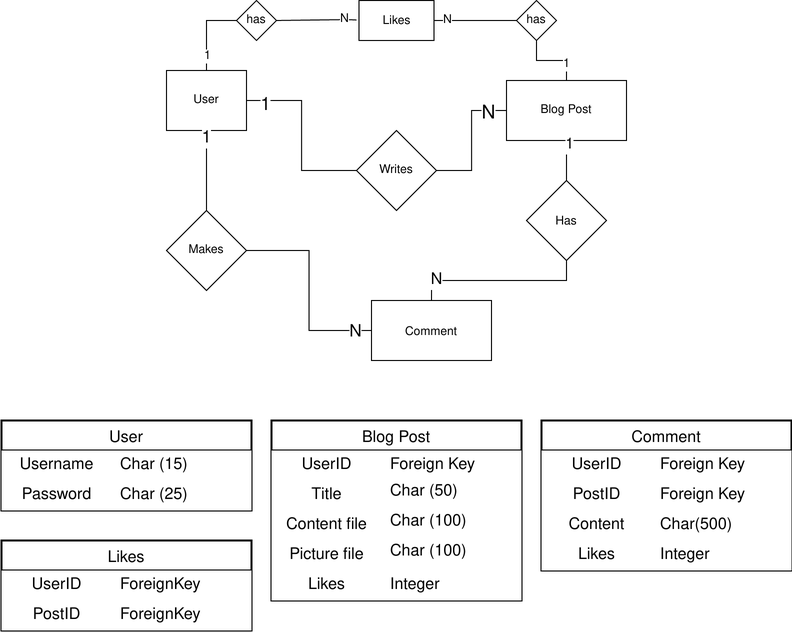
The draw.io diagram wad-group-erd-photo.png in NoamZeise/WAD-Group, before a commit. Source tidied: cells renumbered, new cells last; positions are measured from the earlier drawing's top-left corner, leaving out a move shared by most shapes.
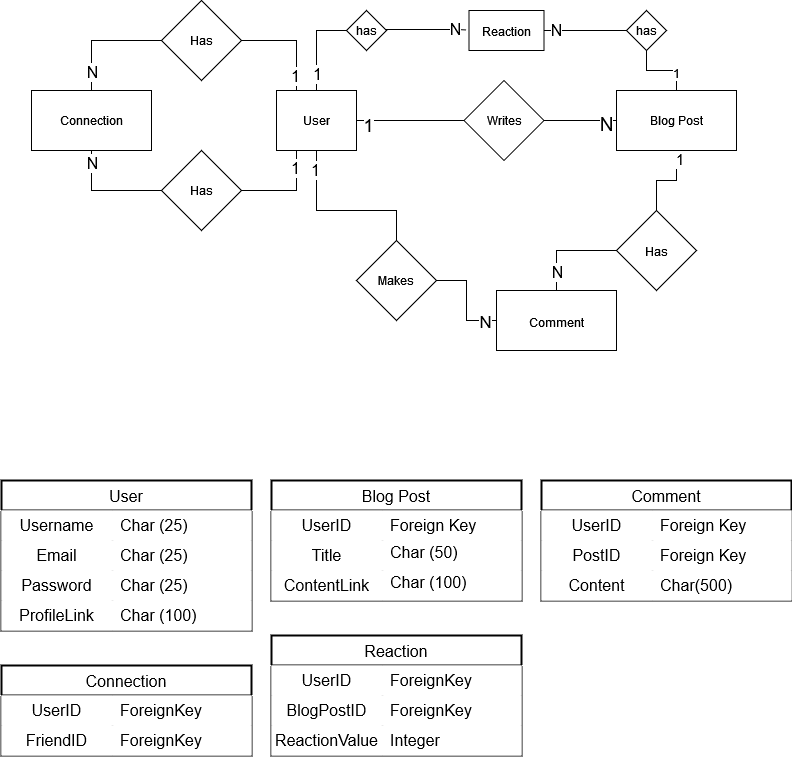
The same diagram one commit later.

What changed in the source:
```diff
@@ -5,3 +5,3 @@
     <mxCell id="2" value="Blog Post" style="rounded=0;whiteSpace=wrap;html=1;" parent="1" vertex="1">
-      <mxGeometry x="505" y="80" width="120" height="60" as="geometry" />
+      <mxGeometry x="1035" y="140" width="120" height="60" as="geometry" />
     </mxCell>
@@ -14,3 +14,3 @@
     <mxCell id="5" value="User" style="rounded=0;whiteSpace=wrap;html=1;" parent="1" vertex="1">
-      <mxGeometry x="165" y="70" width="80" height="60" as="geometry" />
+      <mxGeometry x="695" y="140" width="80" height="60" as="geometry" />
     </mxCell>
@@ -23,6 +23,6 @@
     <mxCell id="8" value="&lt;div&gt;Writes&lt;/div&gt;" style="rhombus;whiteSpace=wrap;html=1;" parent="1" vertex="1">
-      <mxGeometry x="355" y="130" width="80" height="80" as="geometry" />
+      <mxGeometry x="882.5" y="130" width="80" height="80" as="geometry" />
     </mxCell>
     <mxCell id="9" value="&lt;font style=&quot;font-size: 12px;&quot;&gt;Comment&lt;/font&gt;" style="rounded=0;whiteSpace=wrap;html=1;fontSize=18;" parent="1" vertex="1">
-      <mxGeometry x="370" y="300" width="120" height="60" as="geometry" />
+      <mxGeometry x="915" y="340" width="120" height="60" as="geometry" />
     </mxCell>
@@ -31,3 +31,3 @@
         <Array as="points">
-          <mxPoint x="205" y="200" />
+          <mxPoint x="735" y="260" />
         </Array>
@@ -35,4 +35,6 @@
     </mxCell>
-    <mxCell id="11" value="1" style="edgeLabel;html=1;align=center;verticalAlign=middle;fontSize=17;spacingLeft=-4;" parent="10" vertex="1">
-      <mxGeometry x="0.8" y="-1" relative="1" as="geometry" />
+    <mxCell id="11" value="1" style="edgeLabel;html=1;align=center;verticalAlign=middle;fontSize=16;spacingLeft=-4;" parent="10" vertex="1">
+      <mxGeometry x="0.8" y="-1" relative="1" as="geometry">
+        <mxPoint x="-1" y="2" as="offset" />
+      </mxGeometry>
     </mxCell>
@@ -45,3 +47,3 @@
     <mxCell id="14" value="Makes" style="rhombus;whiteSpace=wrap;html=1;fontSize=12;" parent="1" vertex="1">
-      <mxGeometry x="165" y="210" width="80" height="80" as="geometry" />
+      <mxGeometry x="775" y="290" width="80" height="80" as="geometry" />
     </mxCell>
@@ -53,13 +55,20 @@
     </mxCell>
-    <mxCell id="17" style="edgeStyle=orthogonalEdgeStyle;rounded=0;jettySize=auto;html=1;exitX=0.5;exitY=1;exitDx=0;exitDy=0;entryX=0.5;entryY=0;entryDx=0;entryDy=0;fontSize=12;endArrow=none;endFill=0;" parent="1" edge="1" source="19" target="9">
-      <mxGeometry relative="1" as="geometry" />
+    <mxCell id="17" style="edgeStyle=orthogonalEdgeStyle;rounded=0;jettySize=auto;html=1;entryX=0.5;entryY=0;entryDx=0;entryDy=0;fontSize=12;endArrow=none;endFill=0;exitX=0;exitY=0.5;exitDx=0;exitDy=0;" parent="1" edge="1" source="19" target="9">
+      <mxGeometry relative="1" as="geometry">
+        <Array as="points">
+          <mxPoint x="1055" y="300" />
+          <mxPoint x="1025" y="300" />
+        </Array>
+      </mxGeometry>
     </mxCell>
     <mxCell id="18" value="N" style="edgeLabel;html=1;align=center;verticalAlign=middle;fontSize=16;" parent="17" vertex="1">
-      <mxGeometry x="0.73" y="-1" relative="1" as="geometry" />
+      <mxGeometry x="0.73" y="-1" relative="1" as="geometry">
+        <mxPoint x="1" as="offset" />
+      </mxGeometry>
     </mxCell>
     <mxCell id="19" value="&lt;font style=&quot;font-size: 12px;&quot;&gt;Has&lt;/font&gt;" style="rhombus;whiteSpace=wrap;html=1;fontSize=17;" parent="1" vertex="1">
-      <mxGeometry x="525" y="180" width="80" height="80" as="geometry" />
+      <mxGeometry x="1035" y="260" width="80" height="80" as="geometry" />
     </mxCell>
     <mxCell id="20" value="User" style="shape=table;startSize=30;rowLines=0;fontStyle=0;fontSize=16;strokeColor=#000000;strokeWidth=2;perimeterSpacing=1;" parent="1" vertex="1">
-      <mxGeometry y="420" width="250" height="90" as="geometry" />
+      <mxGeometry x="420" y="530" width="250" height="150" as="geometry" />
     </mxCell>
@@ -71,7 +80,16 @@
     </mxCell>
-    <mxCell id="23" value="Char (15)" style="shape=partialRectangle;html=1;whiteSpace=wrap;top=0;left=0;bottom=0;right=0;align=left;spacingLeft=6;overflow=hidden;fontSize=16;strokeColor=#000000;strokeWidth=2;perimeterSpacing=1;" parent="21" vertex="1">
+    <mxCell id="23" value="Char (25)" style="shape=partialRectangle;html=1;whiteSpace=wrap;top=0;left=0;bottom=0;right=0;align=left;spacingLeft=6;overflow=hidden;fontSize=16;strokeColor=#000000;strokeWidth=2;perimeterSpacing=1;" parent="21" vertex="1">
       <mxGeometry x="111" width="139" height="30" as="geometry" />
     </mxCell>
+    <mxCell id="74" style="shape=tableRow;horizontal=0;startSize=0;swimlaneHead=0;swimlaneBody=0;top=0;left=0;bottom=0;right=0;fontSize=16;strokeColor=#000000;strokeWidth=2;perimeterSpacing=1;" parent="20" vertex="1">
+      <mxGeometry y="60" width="250" height="30" as="geometry" />
+    </mxCell>
+    <mxCell id="75" value="Email" style="shape=partialRectangle;html=1;whiteSpace=wrap;top=0;left=0;bottom=0;right=0;overflow=hidden;fontSize=16;strokeColor=#000000;strokeWidth=2;perimeterSpacing=1;" parent="74" vertex="1">
+      <mxGeometry width="111" height="30" as="geometry" />
+    </mxCell>
+    <mxCell id="76" value="Char (25)" style="shape=partialRectangle;html=1;whiteSpace=wrap;top=0;left=0;bottom=0;right=0;align=left;spacingLeft=6;overflow=hidden;fontSize=16;strokeColor=#000000;strokeWidth=2;perimeterSpacing=1;" parent="74" vertex="1">
+      <mxGeometry x="111" width="139" height="30" as="geometry" />
+    </mxCell>
     <mxCell id="24" style="shape=tableRow;horizontal=0;startSize=0;swimlaneHead=0;swimlaneBody=0;top=0;left=0;bottom=0;right=0;fontSize=16;strokeColor=#000000;strokeWidth=2;perimeterSpacing=1;" parent="20" vertex="1">
-      <mxGeometry y="60" width="250" height="30" as="geometry" />
+      <mxGeometry y="90" width="250" height="30" as="geometry" />
     </mxCell>
@@ -83,4 +101,13 @@
     </mxCell>
+    <mxCell id="77" style="shape=tableRow;horizontal=0;startSize=0;swimlaneHead=0;swimlaneBody=0;top=0;left=0;bottom=0;right=0;fontSize=16;strokeColor=#000000;strokeWidth=2;perimeterSpacing=1;" parent="20" vertex="1">
+      <mxGeometry y="120" width="250" height="30" as="geometry" />
+    </mxCell>
+    <mxCell id="78" value="ProfileLink" style="shape=partialRectangle;html=1;whiteSpace=wrap;top=0;left=0;bottom=0;right=0;overflow=hidden;fontSize=16;strokeColor=#000000;strokeWidth=2;perimeterSpacing=1;" parent="77" vertex="1">
+      <mxGeometry width="111" height="30" as="geometry" />
+    </mxCell>
+    <mxCell id="39" value="Char (100)" style="shape=partialRectangle;html=1;whiteSpace=wrap;top=0;left=0;bottom=0;right=0;align=left;spacingLeft=6;overflow=hidden;fontSize=16;strokeColor=#000000;strokeWidth=2;perimeterSpacing=1;" parent="77" vertex="1">
+      <mxGeometry x="111" width="139" height="30" as="geometry" />
+    </mxCell>
     <mxCell id="27" value="Blog Post" style="shape=table;startSize=30;rowLines=0;fontStyle=0;fontSize=16;strokeColor=#000000;strokeWidth=2;perimeterSpacing=1;" parent="1" vertex="1">
-      <mxGeometry x="270" y="420" width="250" height="180" as="geometry" />
+      <mxGeometry x="690" y="530" width="250" height="120" as="geometry" />
     </mxCell>
@@ -107,3 +134,3 @@
     </mxCell>
-    <mxCell id="35" value="Content file" style="shape=partialRectangle;html=1;whiteSpace=wrap;top=0;left=0;bottom=0;right=0;overflow=hidden;fontSize=16;strokeColor=#000000;strokeWidth=2;perimeterSpacing=1;" parent="34" vertex="1">
+    <mxCell id="35" value="&lt;div&gt;ContentLink&lt;br&gt;&lt;/div&gt;" style="shape=partialRectangle;html=1;whiteSpace=wrap;top=0;left=0;bottom=0;right=0;overflow=hidden;fontSize=16;strokeColor=#000000;strokeWidth=2;perimeterSpacing=1;" parent="34" vertex="1">
       <mxGeometry width="111" height="30" as="geometry" />
@@ -113,22 +140,4 @@
     </mxCell>
-    <mxCell id="37" style="shape=tableRow;horizontal=0;startSize=0;swimlaneHead=0;swimlaneBody=0;top=0;left=0;bottom=0;right=0;fontSize=16;strokeColor=#000000;strokeWidth=2;perimeterSpacing=1;" parent="27" vertex="1">
-      <mxGeometry y="120" width="250" height="30" as="geometry" />
-    </mxCell>
-    <mxCell id="38" value="Picture file" style="shape=partialRectangle;html=1;whiteSpace=wrap;top=0;left=0;bottom=0;right=0;overflow=hidden;fontSize=16;strokeColor=#000000;strokeWidth=2;perimeterSpacing=1;" parent="37" vertex="1">
-      <mxGeometry width="111" height="30" as="geometry" />
-    </mxCell>
-    <mxCell id="39" value="&lt;div&gt;Char (100)&lt;/div&gt;&lt;div&gt;&lt;br&gt;&lt;/div&gt;" style="shape=partialRectangle;html=1;whiteSpace=wrap;top=0;left=0;bottom=0;right=0;align=left;spacingLeft=6;overflow=hidden;fontSize=16;strokeColor=#000000;strokeWidth=2;perimeterSpacing=1;" parent="37" vertex="1">
-      <mxGeometry x="111" width="139" height="30" as="geometry" />
-    </mxCell>
-    <mxCell id="40" style="shape=tableRow;horizontal=0;startSize=0;swimlaneHead=0;swimlaneBody=0;top=0;left=0;bottom=0;right=0;fontSize=16;strokeColor=#000000;strokeWidth=2;perimeterSpacing=1;" parent="27" vertex="1">
-      <mxGeometry y="150" width="250" height="30" as="geometry" />
-    </mxCell>
-    <mxCell id="41" value="Likes" style="shape=partialRectangle;html=1;whiteSpace=wrap;top=0;left=0;bottom=0;right=0;overflow=hidden;fontSize=16;strokeColor=#000000;strokeWidth=2;perimeterSpacing=1;" parent="40" vertex="1">
-      <mxGeometry width="111" height="30" as="geometry" />
-    </mxCell>
-    <mxCell id="42" value="Integer" style="shape=partialRectangle;html=1;whiteSpace=wrap;top=0;left=0;bottom=0;right=0;align=left;spacingLeft=6;overflow=hidden;fontSize=16;strokeColor=#000000;strokeWidth=2;perimeterSpacing=1;" parent="40" vertex="1">
-      <mxGeometry x="111" width="139" height="30" as="geometry" />
-    </mxCell>
     <mxCell id="43" value="Comment" style="shape=table;startSize=30;rowLines=0;fontStyle=0;fontSize=16;strokeColor=#000000;strokeWidth=2;perimeterSpacing=1;" parent="1" vertex="1">
-      <mxGeometry x="540" y="420" width="250" height="150" as="geometry" />
+      <mxGeometry x="960" y="530" width="250" height="120" as="geometry" />
     </mxCell>
@@ -161,11 +170,2 @@
     </mxCell>
-    <mxCell id="53" style="shape=tableRow;horizontal=0;startSize=0;swimlaneHead=0;swimlaneBody=0;top=0;left=0;bottom=0;right=0;fontSize=16;strokeColor=#000000;strokeWidth=2;perimeterSpacing=1;" parent="43" vertex="1">
-      <mxGeometry y="120" width="250" height="30" as="geometry" />
-    </mxCell>
-    <mxCell id="54" value="Likes" style="shape=partialRectangle;html=1;whiteSpace=wrap;top=0;left=0;bottom=0;right=0;overflow=hidden;fontSize=16;strokeColor=#000000;strokeWidth=2;perimeterSpacing=1;" parent="53" vertex="1">
-      <mxGeometry width="111" height="30" as="geometry" />
-    </mxCell>
-    <mxCell id="55" value="Integer" style="shape=partialRectangle;html=1;whiteSpace=wrap;top=0;left=0;bottom=0;right=0;align=left;spacingLeft=6;overflow=hidden;fontSize=16;strokeColor=#000000;strokeWidth=2;perimeterSpacing=1;" parent="53" vertex="1">
-      <mxGeometry x="111" width="139" height="30" as="geometry" />
-    </mxCell>
     <mxCell id="56" style="edgeStyle=orthogonalEdgeStyle;rounded=0;jettySize=auto;html=1;exitX=1;exitY=0.5;exitDx=0;exitDy=0;entryX=0;entryY=0.5;entryDx=0;entryDy=0;fontSize=12;endArrow=none;endFill=0;" parent="1" edge="1" source="58" target="66">
@@ -173,7 +173,7 @@
     </mxCell>
-    <mxCell id="57" value="N" style="edgeLabel;html=1;align=center;verticalAlign=middle;fontSize=12;" parent="56" vertex="1">
+    <mxCell id="57" value="N" style="edgeLabel;html=1;align=center;verticalAlign=middle;fontSize=16;" parent="56" vertex="1">
       <mxGeometry x="-0.71" y="1" relative="1" as="geometry" />
     </mxCell>
-    <mxCell id="58" value="&lt;font style=&quot;font-size: 12px;&quot;&gt;Likes&lt;/font&gt;" style="rounded=0;whiteSpace=wrap;html=1;strokeColor=default;fontSize=16;" parent="1" vertex="1">
-      <mxGeometry x="357.5" width="75" height="40" as="geometry" />
+    <mxCell id="58" value="&lt;font style=&quot;font-size: 12px;&quot;&gt;Reaction&lt;/font&gt;" style="rounded=0;whiteSpace=wrap;html=1;strokeColor=default;fontSize=16;" parent="1" vertex="1">
+      <mxGeometry x="887.5" y="60" width="75" height="40" as="geometry" />
     </mxCell>
@@ -181,6 +181,6 @@
       <mxGeometry relative="1" as="geometry">
-        <mxPoint x="355" y="19.5" as="targetPoint" />
+        <mxPoint x="885" y="79.5" as="targetPoint" />
         <Array as="points">
-          <mxPoint x="345" y="19" />
-          <mxPoint x="345" y="19" />
+          <mxPoint x="875" y="79" />
+          <mxPoint x="875" y="79" />
         </Array>
@@ -188,3 +188,3 @@
     </mxCell>
-    <mxCell id="60" value="N" style="edgeLabel;html=1;align=center;verticalAlign=middle;fontSize=12;" parent="59" vertex="1">
+    <mxCell id="60" value="N" style="edgeLabel;html=1;align=center;verticalAlign=middle;fontSize=16;" parent="59" vertex="1">
       <mxGeometry x="0.7" y="1" relative="1" as="geometry" />
@@ -194,3 +194,3 @@
     </mxCell>
-    <mxCell id="62" value="1" style="edgeLabel;html=1;align=center;verticalAlign=middle;fontSize=12;" parent="61" vertex="1">
+    <mxCell id="62" value="1" style="edgeLabel;html=1;align=center;verticalAlign=middle;fontSize=16;" parent="61" vertex="1">
       <mxGeometry x="0.62" relative="1" as="geometry" />
@@ -198,3 +198,3 @@
     <mxCell id="63" value="has" style="rhombus;whiteSpace=wrap;html=1;strokeColor=default;fontSize=12;" parent="1" vertex="1">
-      <mxGeometry x="235" width="40" height="40" as="geometry" />
+      <mxGeometry x="765" y="60" width="40" height="40" as="geometry" />
     </mxCell>
@@ -207,6 +207,6 @@
     <mxCell id="66" value="has" style="rhombus;whiteSpace=wrap;html=1;strokeColor=default;fontSize=12;" parent="1" vertex="1">
-      <mxGeometry x="515" width="40" height="40" as="geometry" />
+      <mxGeometry x="1045" y="60" width="40" height="40" as="geometry" />
     </mxCell>
-    <mxCell id="67" value="Likes" style="shape=table;startSize=30;rowLines=0;fontStyle=0;fontSize=16;strokeColor=#000000;strokeWidth=2;perimeterSpacing=1;" parent="1" vertex="1">
-      <mxGeometry y="540" width="250" height="90" as="geometry" />
+    <mxCell id="67" value="Reaction" style="shape=table;startSize=30;rowLines=0;fontStyle=0;fontSize=16;strokeColor=#000000;strokeWidth=2;perimeterSpacing=1;" parent="1" vertex="1">
+      <mxGeometry x="690" y="685" width="250" height="120" as="geometry" />
     </mxCell>
@@ -224,3 +224,3 @@
     </mxCell>
-    <mxCell id="72" value="PostID" style="shape=partialRectangle;html=1;whiteSpace=wrap;top=0;left=0;bottom=0;right=0;overflow=hidden;fontSize=16;strokeColor=#000000;strokeWidth=2;perimeterSpacing=1;" parent="71" vertex="1">
+    <mxCell id="72" value="BlogPostID" style="shape=partialRectangle;html=1;whiteSpace=wrap;top=0;left=0;bottom=0;right=0;overflow=hidden;fontSize=16;strokeColor=#000000;strokeWidth=2;perimeterSpacing=1;" parent="71" vertex="1">
       <mxGeometry width="111" height="30" as="geometry" />
@@ -230,2 +230,71 @@
     </mxCell>
+    <mxCell id="79" style="shape=tableRow;horizontal=0;startSize=0;swimlaneHead=0;swimlaneBody=0;top=0;left=0;bottom=0;right=0;fontSize=16;strokeColor=#000000;strokeWidth=2;perimeterSpacing=1;" parent="67" vertex="1">
+      <mxGeometry y="90" width="250" height="30" as="geometry" />
+    </mxCell>
+    <mxCell id="80" value="ReactionValue" style="shape=partialRectangle;html=1;whiteSpace=wrap;top=0;left=0;bottom=0;right=0;overflow=hidden;fontSize=16;strokeColor=#000000;strokeWidth=2;perimeterSpacing=1;" parent="79" vertex="1">
+      <mxGeometry width="111" height="30" as="geometry" />
+    </mxCell>
+    <mxCell id="81" value="Integer" style="shape=partialRectangle;html=1;whiteSpace=wrap;top=0;left=0;bottom=0;right=0;align=left;spacingLeft=6;overflow=hidden;fontSize=16;strokeColor=#000000;strokeWidth=2;perimeterSpacing=1;" parent="79" vertex="1">
+      <mxGeometry x="111" width="139" height="30" as="geometry" />
+    </mxCell>
+    <mxCell id="82" style="edgeStyle=orthogonalEdgeStyle;rounded=0;jettySize=auto;html=1;exitX=0.5;exitY=0;exitDx=0;exitDy=0;entryX=0;entryY=0.5;entryDx=0;entryDy=0;fontSize=12;endArrow=none;endFill=0;" parent="1" edge="1" source="84" target="99">
+      <mxGeometry relative="1" as="geometry" />
+    </mxCell>
+    <mxCell id="83" value="N" style="edgeLabel;html=1;align=center;verticalAlign=middle;fontSize=16;" parent="82" vertex="1">
+      <mxGeometry x="-0.68" y="-2" relative="1" as="geometry">
+        <mxPoint x="-2" as="offset" />
+      </mxGeometry>
+    </mxCell>
+    <mxCell id="84" value="Connection" style="rounded=0;whiteSpace=wrap;html=1;fontSize=12;" parent="1" vertex="1">
+      <mxGeometry x="450" y="140" width="120" height="60" as="geometry" />
+    </mxCell>
+    <mxCell id="85" value="Connection" style="shape=table;startSize=30;rowLines=0;fontStyle=0;fontSize=16;strokeColor=#000000;strokeWidth=2;perimeterSpacing=1;" parent="1" vertex="1">
+      <mxGeometry x="420" y="715" width="250" height="90" as="geometry" />
+    </mxCell>
+    <mxCell id="86" style="shape=tableRow;horizontal=0;startSize=0;swimlaneHead=0;swimlaneBody=0;top=0;left=0;bottom=0;right=0;fontSize=16;strokeColor=#000000;strokeWidth=2;perimeterSpacing=1;" parent="85" vertex="1">
+      <mxGeometry y="30" width="250" height="30" as="geometry" />
+    </mxCell>
+    <mxCell id="87" value="UserID&lt;span style=&quot;white-space: pre;&quot;&gt;&lt;/span&gt;" style="shape=partialRectangle;html=1;whiteSpace=wrap;top=0;left=0;bottom=0;right=0;overflow=hidden;fontSize=16;strokeColor=#000000;strokeWidth=2;perimeterSpacing=1;" parent="86" vertex="1">
+      <mxGeometry width="111" height="30" as="geometry" />
+    </mxCell>
+    <mxCell id="88" value="ForeignKey" style="shape=partialRectangle;html=1;whiteSpace=wrap;top=0;left=0;bottom=0;right=0;align=left;spacingLeft=6;overflow=hidden;fontSize=16;strokeColor=#000000;strokeWidth=2;perimeterSpacing=1;" parent="86" vertex="1">
+      <mxGeometry x="111" width="139" height="30" as="geometry" />
+    </mxCell>
+    <mxCell id="89" style="shape=tableRow;horizontal=0;startSize=0;swimlaneHead=0;swimlaneBody=0;top=0;left=0;bottom=0;right=0;fontSize=16;strokeColor=#000000;strokeWidth=2;perimeterSpacing=1;" parent="85" vertex="1">
+      <mxGeometry y="60" width="250" height="30" as="geometry" />
+    </mxCell>
+    <mxCell id="90" value="FriendID" style="shape=partialRectangle;html=1;whiteSpace=wrap;top=0;left=0;bottom=0;right=0;overflow=hidden;fontSize=16;strokeColor=#000000;strokeWidth=2;perimeterSpacing=1;" parent="89" vertex="1">
+      <mxGeometry width="111" height="30" as="geometry" />
+    </mxCell>
+    <mxCell id="91" value="ForeignKey" style="shape=partialRectangle;html=1;whiteSpace=wrap;top=0;left=0;bottom=0;right=0;align=left;spacingLeft=6;overflow=hidden;fontSize=16;strokeColor=#000000;strokeWidth=2;perimeterSpacing=1;" parent="89" vertex="1">
+      <mxGeometry x="111" width="139" height="30" as="geometry" />
+    </mxCell>
+    <mxCell id="92" style="edgeStyle=orthogonalEdgeStyle;rounded=0;jettySize=auto;html=1;exitX=1;exitY=0.5;exitDx=0;exitDy=0;entryX=0.25;entryY=1;entryDx=0;entryDy=0;fontSize=12;endArrow=none;endFill=0;" parent="1" edge="1" source="96" target="5">
+      <mxGeometry relative="1" as="geometry" />
+    </mxCell>
+    <mxCell id="93" value="1" style="edgeLabel;html=1;align=center;verticalAlign=middle;fontSize=16;" parent="92" vertex="1">
+      <mxGeometry x="0.79" y="2" relative="1" as="geometry">
+        <mxPoint y="7" as="offset" />
+      </mxGeometry>
+    </mxCell>
+    <mxCell id="94" style="edgeStyle=orthogonalEdgeStyle;rounded=0;jettySize=auto;html=1;exitX=0;exitY=0.5;exitDx=0;exitDy=0;entryX=0.5;entryY=1;entryDx=0;entryDy=0;fontSize=12;endArrow=none;endFill=0;" parent="1" edge="1" source="96" target="84">
+      <mxGeometry relative="1" as="geometry" />
+    </mxCell>
+    <mxCell id="95" value="N" style="edgeLabel;html=1;align=center;verticalAlign=middle;fontSize=16;" parent="94" vertex="1">
+      <mxGeometry x="0.77" y="2" relative="1" as="geometry">
+        <mxPoint x="2" as="offset" />
+      </mxGeometry>
+    </mxCell>
+    <mxCell id="96" value="Has" style="rhombus;whiteSpace=wrap;html=1;fontSize=12;" parent="1" vertex="1">
+      <mxGeometry x="580" y="200" width="80" height="80" as="geometry" />
+    </mxCell>
+    <mxCell id="97" style="edgeStyle=orthogonalEdgeStyle;rounded=0;jettySize=auto;html=1;exitX=1;exitY=0.5;exitDx=0;exitDy=0;entryX=0.25;entryY=0;entryDx=0;entryDy=0;fontSize=12;endArrow=none;endFill=0;" parent="1" edge="1" source="99" target="5">
+      <mxGeometry relative="1" as="geometry" />
+    </mxCell>
+    <mxCell id="98" value="1" style="edgeLabel;html=1;align=center;verticalAlign=middle;fontSize=16;" parent="97" vertex="1">
+      <mxGeometry x="0.72" y="-2" relative="1" as="geometry" />
+    </mxCell>
+    <mxCell id="99" value="Has" style="rhombus;whiteSpace=wrap;html=1;fontSize=12;" parent="1" vertex="1">
+      <mxGeometry x="580" y="50" width="80" height="80" as="geometry" />
+    </mxCell>
   </root>
```
